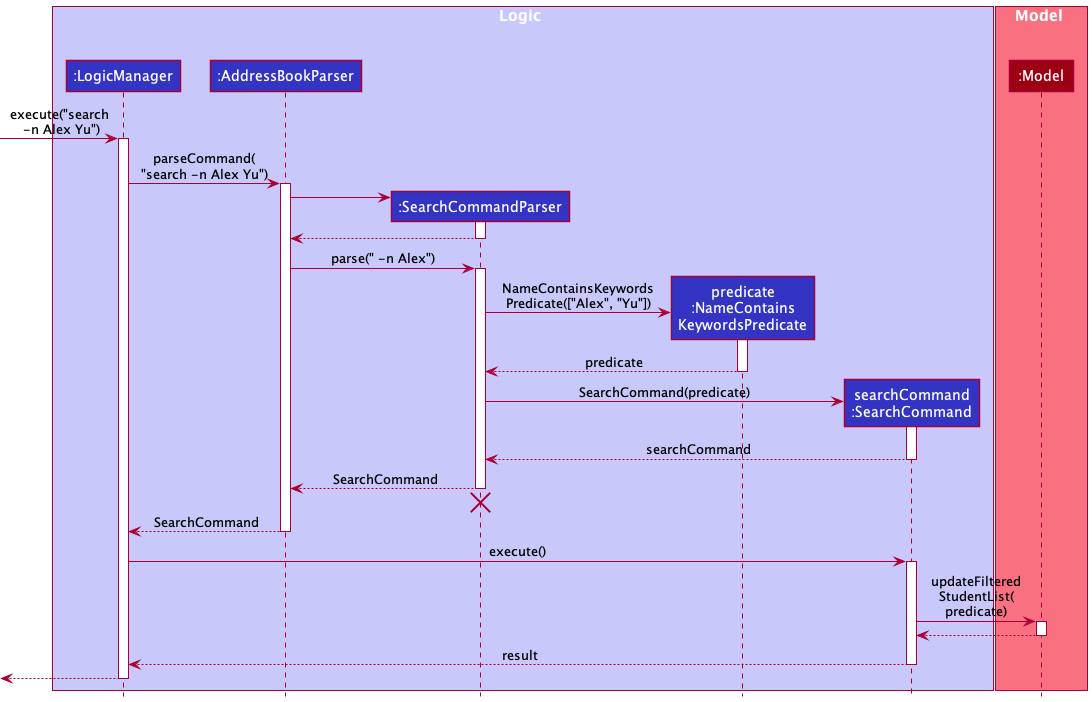
Earlier version of the PlantUML export docs/images/SearchSequenceDiagram.png (nus-cs2103-AY2122S1/tp). Source of this version:
```plantuml
@startuml
!include style.puml

box Logic LOGIC_COLOR_T1
participant ":LogicManager" as LogicManager LOGIC_COLOR
participant ":AddressBookParser" as AddressBookParser LOGIC_COLOR
participant ":SearchCommandParser" as SearchCommandParser LOGIC_COLOR
participant "predicate\n:NameContains\nKeywordsPredicate" as NameContainsKeywordsPredicate LOGIC_COLOR
participant "searchCommand\n:SearchCommand" as SearchCommand LOGIC_COLOR
end box

box Model MODEL_COLOR_T1
participant ":Model" as Model MODEL_COLOR
end box

[-> LogicManager : execute("search\n -n Alex Yu")
activate LogicManager

LogicManager -> AddressBookParser : parseCommand(\n"search -n Alex Yu")
activate AddressBookParser

create SearchCommandParser
AddressBookParser -> SearchCommandParser
activate SearchCommandParser

SearchCommandParser --> AddressBookParser
deactivate SearchCommandParser

AddressBookParser -> SearchCommandParser : parse(" -n Alex")
activate SearchCommandParser

create NameContainsKeywordsPredicate
SearchCommandParser -> NameContainsKeywordsPredicate : NameContainsKeywords\nPredicate(["Alex", "Yu"])
activate NameContainsKeywordsPredicate

NameContainsKeywordsPredicate --> SearchCommandParser : predicate
deactivate NameContainsKeywordsPredicate

create SearchCommand
SearchCommandParser -> SearchCommand : SearchCommand(predicate)
activate SearchCommand

SearchCommand --> SearchCommandParser : searchCommand
deactivate SearchCommand

SearchCommandParser --> AddressBookParser : SearchCommand
deactivate SearchCommandParser
SearchCommandParser -[hidden]-> AddressBookParser
destroy SearchCommandParser

AddressBookParser --> LogicManager : SearchCommand
deactivate AddressBookParser

LogicManager -> SearchCommand : execute()
activate SearchCommand

SearchCommand -> Model : updateFiltered\nStudentList(\npredicate)
activate Model

Model --> SearchCommand
deactivate Model

SearchCommand --> LogicManager : result
deactivate SearchCommand

[<--LogicManager
deactivate LogicManager
@enduml
```
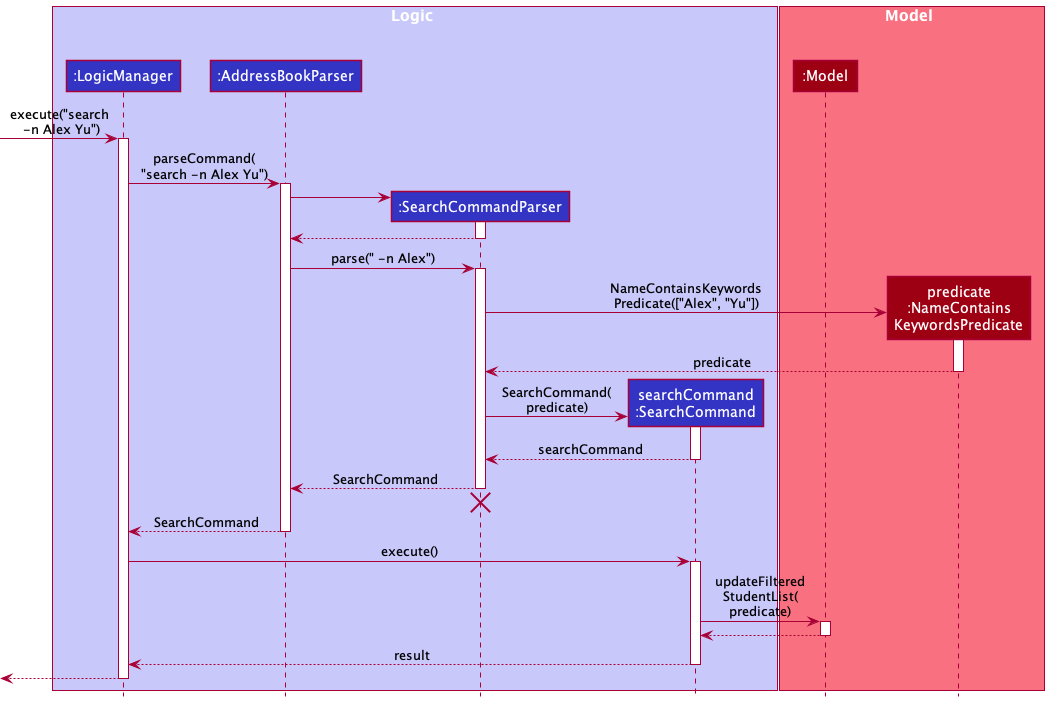
The same diagram one commit later.

Change to the diagram source:
```diff
@@ -5,12 +5,13 @@
 participant ":LogicManager" as LogicManager LOGIC_COLOR
 participant ":AddressBookParser" as AddressBookParser LOGIC_COLOR
 participant ":SearchCommandParser" as SearchCommandParser LOGIC_COLOR
-participant "predicate\n:NameContains\nKeywordsPredicate" as NameContainsKeywordsPredicate LOGIC_COLOR
 participant "searchCommand\n:SearchCommand" as SearchCommand LOGIC_COLOR
 end box
 
 box Model MODEL_COLOR_T1
 participant ":Model" as Model MODEL_COLOR
+participant "predicate\n:NameContains\nKeywordsPredicate" as NameContainsKeywordsPredicate MODEL_COLOR
+
 end box
 
 [-> LogicManager : execute("search\n -n Alex Yu")
@@ -37,7 +38,7 @@
 deactivate NameContainsKeywordsPredicate
 
 create SearchCommand
-SearchCommandParser -> SearchCommand : SearchCommand(predicate)
+SearchCommandParser -> SearchCommand : SearchCommand(\npredicate)
 activate SearchCommand
 
 SearchCommand --> SearchCommandParser : searchCommand
```
